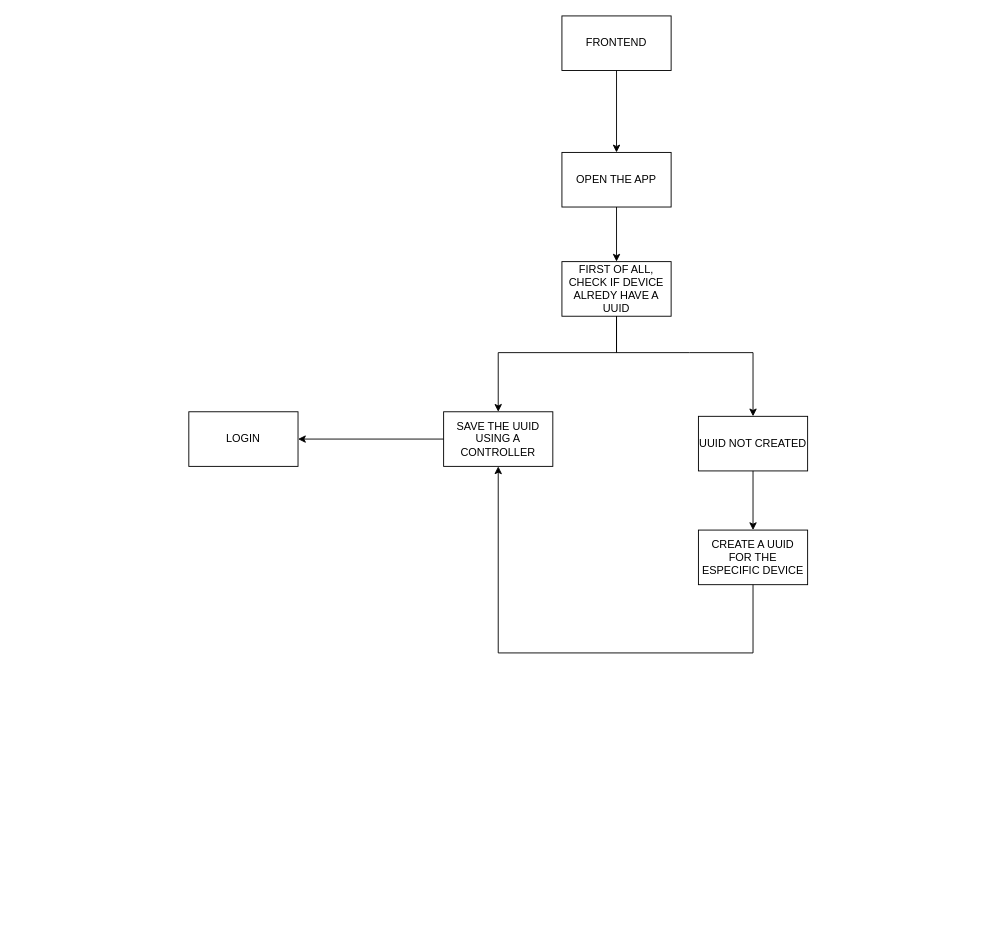
Murillou4/diagrams keeps this draw.io diagram as Diagrama sem nome.drawio. Above is the earlier version. Source tidied: cells renumbered, new cells numbered last; positions are measured from the earlier drawing's top-left corner, leaving out a move shared by most shapes. Both pictures are drawn from the tidied source at 91%, with x=0, y=0 at pixel (188, 15).
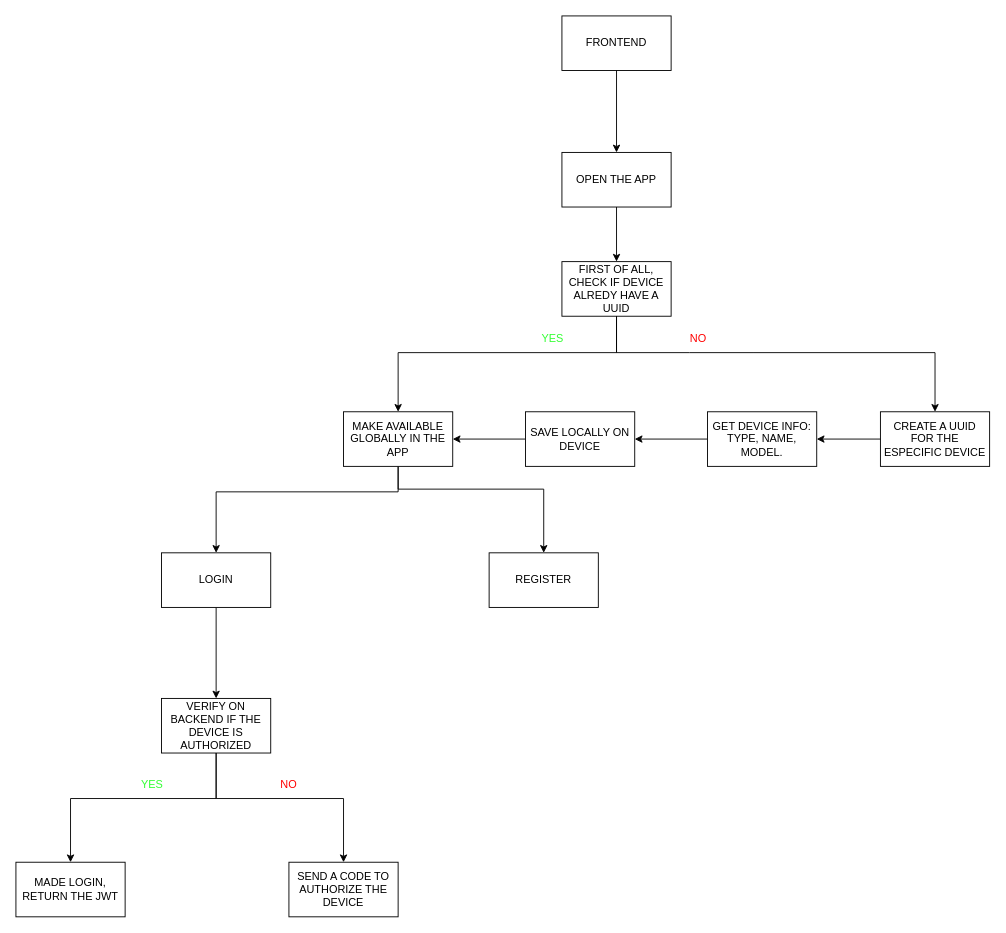
The same diagram, later.

Unchanged cells that the change refers to:
```xml
<mxCell id="7" value="FIRST OF ALL, CHECK IF DEVICE ALREDY HAVE A UUID" style="rounded=0;whiteSpace=wrap;html=1;" parent="1" vertex="1">
  <mxGeometry x="410" y="270" width="120" height="60" as="geometry" />
</mxCell>
```

Change to the diagram source:
```diff
@@
     <mxCell id="5" value="CREATE A UUID FOR THE ESPECIFIC DEVICE" style="rounded=0;whiteSpace=wrap;html=1;" parent="1" vertex="1">
-      <mxGeometry x="560" y="565" width="120" height="60" as="geometry" />
+      <mxGeometry x="760" y="435" width="120" height="60" as="geometry" />
     </mxCell>
@@
-    <mxCell id="8" value="UUID NOT CREATED" style="rounded=0;whiteSpace=wrap;html=1;" parent="1" vertex="1">
-      <mxGeometry x="560" y="440" width="120" height="60" as="geometry" />
-    </mxCell>
-    <mxCell id="9" style="endArrow=classic;html=1;rounded=0;exitX=0.5;exitY=1;exitDx=0;exitDy=0;entryX=0.5;entryY=0;entryDx=0;entryDy=0;" parent="1" edge="1" source="7" target="8">
+    <mxCell id="9" style="endArrow=classic;html=1;rounded=0;exitX=0.5;exitY=1;exitDx=0;exitDy=0;entryX=0.5;entryY=0;entryDx=0;entryDy=0;" parent="1" edge="1" source="7" target="5">
       <mxGeometry relative="1" as="geometry">
         <Array as="points">
           <mxPoint x="470" y="370" />
           <mxPoint x="550" y="370" />
           <mxPoint x="620" y="370" />
+          <mxPoint x="820" y="370" />
         </Array>
       </mxGeometry>
     </mxCell>
-    <mxCell id="10" style="endArrow=classic;html=1;rounded=0;exitX=0.5;exitY=1;exitDx=0;exitDy=0;entryX=0.5;entryY=0;entryDx=0;entryDy=0;" parent="1" edge="1" source="8" target="5">
-      <mxGeometry relative="1" as="geometry" />
-    </mxCell>
     <mxCell id="11" style="endArrow=classic;html=1;rounded=0;entryX=0.5;entryY=0;entryDx=0;entryDy=0;" parent="1" edge="1" target="12">
       <mxGeometry relative="1" as="geometry">
         <mxPoint x="470" y="330" as="sourcePoint" />
         <Array as="points">
           <mxPoint x="470" y="370" />
-          <mxPoint x="340" y="370" />
+          <mxPoint x="230" y="370" />
         </Array>
       </mxGeometry>
     </mxCell>
+    <mxCell id="15" style="edgeStyle=orthogonalEdgeStyle;rounded=0;jettySize=auto;html=1;exitX=0.5;exitY=1;exitDx=0;exitDy=0;entryX=0.5;entryY=0;entryDx=0;entryDy=0;" parent="1" edge="1" source="12" target="14">
+      <mxGeometry relative="1" as="geometry">
+        <Array as="points">
+          <mxPoint x="230" y="523" />
+          <mxPoint x="30" y="523" />
+        </Array>
+      </mxGeometry>
+    </mxCell>
+    <mxCell id="16" style="edgeStyle=orthogonalEdgeStyle;rounded=0;jettySize=auto;html=1;exitX=0.5;exitY=1;exitDx=0;exitDy=0;entryX=0.5;entryY=0;entryDx=0;entryDy=0;" parent="1" edge="1" source="12" target="25">
+      <mxGeometry relative="1" as="geometry">
+        <Array as="points">
+          <mxPoint x="230" y="520" />
+          <mxPoint x="390" y="520" />
+        </Array>
+      </mxGeometry>
+    </mxCell>
-    <mxCell id="12" value="SAVE THE UUID USING A CONTROLLER" style="rounded=0;whiteSpace=wrap;html=1;" parent="1" vertex="1">
-      <mxGeometry x="280" y="435" width="120" height="60" as="geometry" />
+    <mxCell id="12" value="MAKE AVAILABLE GLOBALLY IN THE APP" style="rounded=0;whiteSpace=wrap;html=1;" parent="1" vertex="1">
+      <mxGeometry x="170" y="435" width="120" height="60" as="geometry" />
     </mxCell>
-    <mxCell id="13" style="endArrow=classic;html=1;rounded=0;exitX=0.5;exitY=1;exitDx=0;exitDy=0;entryX=0.5;entryY=1;entryDx=0;entryDy=0;" parent="1" edge="1" source="5" target="12">
-      <mxGeometry relative="1" as="geometry">
-        <Array as="points">
-          <mxPoint x="620" y="700" />
-          <mxPoint x="340" y="700" />
-        </Array>
-      </mxGeometry>
-    </mxCell>
+    <mxCell id="17" style="edgeStyle=orthogonalEdgeStyle;rounded=0;jettySize=auto;html=1;exitX=0;exitY=0.5;exitDx=0;exitDy=0;entryX=1;entryY=0.5;entryDx=0;entryDy=0;" parent="1" edge="1" source="18" target="23">
+      <mxGeometry relative="1" as="geometry" />
+    </mxCell>
+    <mxCell id="18" value="GET DEVICE INFO:&lt;div&gt;TYPE, NAME, MODEL.&lt;/div&gt;" style="rounded=0;whiteSpace=wrap;html=1;" parent="1" vertex="1">
+      <mxGeometry x="570" y="435" width="120" height="60" as="geometry" />
+    </mxCell>
+    <mxCell id="19" value="&lt;font style=&quot;color: rgb(51, 255, 51);&quot;&gt;YES&lt;/font&gt;" style="text;html=1;align=center;verticalAlign=middle;whiteSpace=wrap;rounded=0;" parent="1" vertex="1">
+      <mxGeometry x="370" y="340" width="60" height="30" as="geometry" />
+    </mxCell>
+    <mxCell id="20" value="&lt;font style=&quot;color: rgb(255, 0, 0);&quot;&gt;NO&lt;/font&gt;" style="text;html=1;align=center;verticalAlign=middle;whiteSpace=wrap;rounded=0;" parent="1" vertex="1">
+      <mxGeometry x="530" y="340" width="60" height="30" as="geometry" />
+    </mxCell>
+    <mxCell id="21" style="endArrow=classic;html=1;rounded=0;exitX=0;exitY=0.5;exitDx=0;exitDy=0;entryX=1;entryY=0.5;entryDx=0;entryDy=0;" parent="1" edge="1" source="5" target="18">
+      <mxGeometry relative="1" as="geometry" />
+    </mxCell>
+    <mxCell id="22" style="edgeStyle=orthogonalEdgeStyle;rounded=0;jettySize=auto;html=1;exitX=0;exitY=0.5;exitDx=0;exitDy=0;entryX=1;entryY=0.5;entryDx=0;entryDy=0;" parent="1" edge="1" source="23" target="12">
+      <mxGeometry relative="1" as="geometry" />
+    </mxCell>
+    <mxCell id="23" value="SAVE LOCALLY ON DEVICE" style="rounded=0;whiteSpace=wrap;html=1;" parent="1" vertex="1">
+      <mxGeometry x="370" y="435" width="120" height="60" as="geometry" />
+    </mxCell>
+    <mxCell id="24" style="edgeStyle=orthogonalEdgeStyle;rounded=0;jettySize=auto;html=1;exitX=0.5;exitY=1;exitDx=0;exitDy=0;entryX=0.5;entryY=0;entryDx=0;entryDy=0;" parent="1" edge="1" source="14" target="26">
+      <mxGeometry relative="1" as="geometry" />
+    </mxCell>
     <mxCell id="14" value="LOGIN" style="rounded=0;whiteSpace=wrap;html=1;" parent="1" vertex="1">
-      <mxGeometry y="435" width="120" height="60" as="geometry" />
+      <mxGeometry x="-30" y="590" width="120" height="60" as="geometry" />
     </mxCell>
-    <mxCell id="15" style="endArrow=classic;html=1;rounded=0;exitX=0;exitY=0.5;exitDx=0;exitDy=0;entryX=1;entryY=0.5;entryDx=0;entryDy=0;" parent="1" edge="1" source="12" target="14">
-      <mxGeometry relative="1" as="geometry" />
-    </mxCell>
+    <mxCell id="25" value="REGISTER" style="rounded=0;whiteSpace=wrap;html=1;" parent="1" vertex="1">
+      <mxGeometry x="330" y="590" width="120" height="60" as="geometry" />
+    </mxCell>
+    <mxCell id="26" value="VERIFY ON BACKEND IF THE DEVICE IS AUTHORIZED" style="rounded=0;whiteSpace=wrap;html=1;" parent="1" vertex="1">
+      <mxGeometry x="-30" y="750" width="120" height="60" as="geometry" />
+    </mxCell>
+    <mxCell id="27" style="endArrow=classic;html=1;rounded=0;exitX=0.5;exitY=1;exitDx=0;exitDy=0;entryX=0.5;entryY=0;entryDx=0;entryDy=0;" parent="1" edge="1" source="26" target="29">
+      <mxGeometry relative="1" as="geometry">
+        <Array as="points">
+          <mxPoint x="30" y="860" />
+          <mxPoint x="-130" y="860" />
+        </Array>
+      </mxGeometry>
+    </mxCell>
+    <mxCell id="28" style="endArrow=classic;html=1;rounded=0;exitX=0.5;exitY=1;exitDx=0;exitDy=0;entryX=0.5;entryY=0;entryDx=0;entryDy=0;entryPerimeter=0;" parent="1" edge="1" source="26" target="30">
+      <mxGeometry relative="1" as="geometry">
+        <Array as="points">
+          <mxPoint x="30" y="860" />
+          <mxPoint x="170" y="860" />
+        </Array>
+      </mxGeometry>
+    </mxCell>
+    <mxCell id="29" value="MADE LOGIN, RETURN THE JWT" style="rounded=0;whiteSpace=wrap;html=1;" parent="1" vertex="1">
+      <mxGeometry x="-190" y="930" width="120" height="60" as="geometry" />
+    </mxCell>
+    <mxCell id="30" value="SEND A CODE TO AUTHORIZE THE DEVICE" style="rounded=0;whiteSpace=wrap;html=1;" parent="1" vertex="1">
+      <mxGeometry x="110" y="930" width="120" height="60" as="geometry" />
+    </mxCell>
+    <mxCell id="31" value="&lt;font style=&quot;color: rgb(51, 255, 51);&quot;&gt;YES&lt;/font&gt;" style="text;html=1;align=center;verticalAlign=middle;whiteSpace=wrap;rounded=0;" parent="1" vertex="1">
+      <mxGeometry x="-70" y="830" width="60" height="30" as="geometry" />
+    </mxCell>
+    <mxCell id="32" value="&lt;font style=&quot;color: rgb(255, 0, 0);&quot;&gt;NO&lt;/font&gt;" style="text;html=1;align=center;verticalAlign=middle;whiteSpace=wrap;rounded=0;" parent="1" vertex="1">
+      <mxGeometry x="80" y="830" width="60" height="30" as="geometry" />
+    </mxCell>
```
